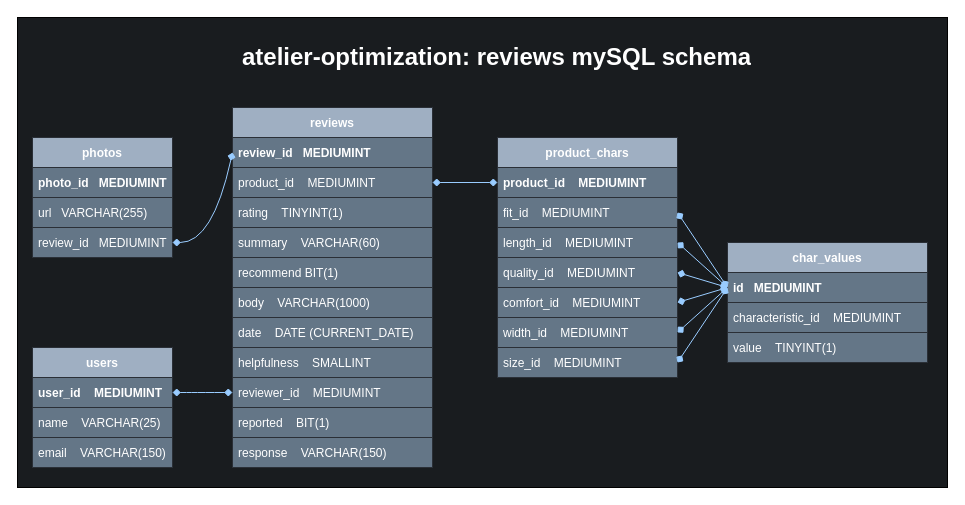
Earlier version of the draw.io diagram data_models/sql-modelv4.drawio (Poplin-Devs/reviews-service). Source tidied: cells renumbered, new cells numbered last; positions are measured from the earlier drawing's top-left corner, leaving out a move shared by most shapes. Both pictures are drawn from the tidied source at 100%, with x=0, y=0 at pixel (17, 17).
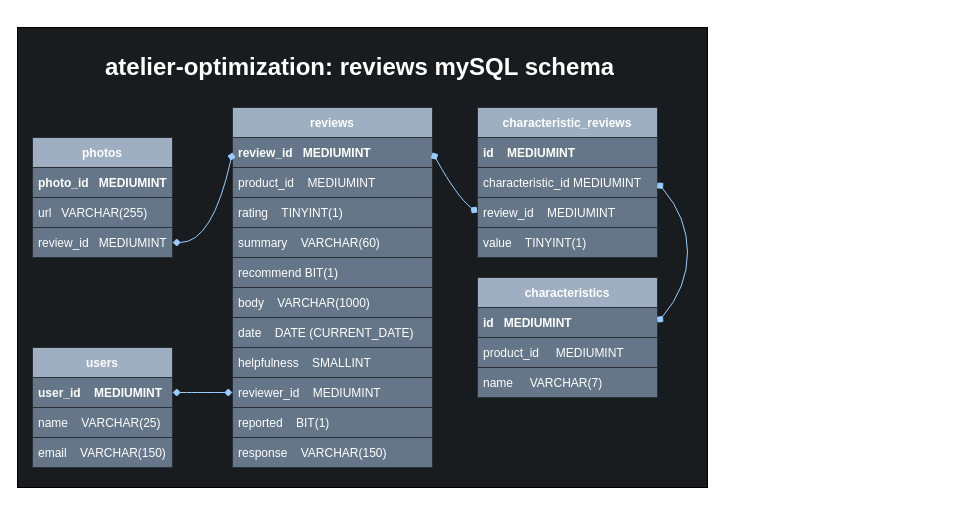
After the change.

Commit message (it also covers changes not shown here):
update schema to match table tweaks made during ETL

The change refers to these unchanged cells:
```xml
<mxCell id="8" value="review_id   MEDIUMINT" style="text;align=left;verticalAlign=middle;spacingLeft=4;spacingRight=4;overflow=hidden;points=[[0,0.5],[1,0.5]];portConstraint=eastwest;fontStyle=1;fillColor=#647687;strokeColor=#2A2F36;fontColor=#ffffff;" parent="7" vertex="1">
  <mxGeometry y="30" width="200" height="30" as="geometry" />
</mxCell>
<mxCell id="9" value="product_id    MEDIUMINT" style="text;align=left;verticalAlign=middle;spacingLeft=4;spacingRight=4;overflow=hidden;points=[[0,0.5],[1,0.5]];portConstraint=eastwest;fillColor=#647687;strokeColor=#2A2F36;fontColor=#ffffff;" parent="7" vertex="1">
  <mxGeometry y="60" width="200" height="30" as="geometry" />
</mxCell>
```

What changed in the source:
```diff
@@
     <mxCell id="2" style="rounded=0;whiteSpace=wrap;html=1;strokeColor=#000000;fillColor=#191C1F;" parent="1" vertex="1">
-      <mxGeometry width="930" height="470" as="geometry" />
+      <mxGeometry y="10" width="690" height="460" as="geometry" />
     </mxCell>
@@
-    <mxCell id="25" value="char_values" style="swimlane;fontStyle=1;horizontal=1;startSize=30;fillColor=#9FAFC2;strokeColor=#2A2F36;fontColor=#ffffff;" parent="1" vertex="1">
-      <mxGeometry x="710" y="225" width="200" height="120" as="geometry" />
+    <mxCell id="25" value="characteristics" style="swimlane;fontStyle=1;horizontal=1;startSize=30;fillColor=#9FAFC2;strokeColor=#2A2F36;fontColor=#ffffff;" parent="1" vertex="1">
+      <mxGeometry x="460" y="260" width="180" height="120" as="geometry" />
     </mxCell>
     <mxCell id="26" value="id   MEDIUMINT" style="text;align=left;verticalAlign=middle;spacingLeft=4;spacingRight=4;overflow=hidden;points=[[0,0.5],[1,0.5]];portConstraint=eastwest;fontStyle=1;fillColor=#647687;strokeColor=#2A2F36;fontColor=#ffffff;" parent="25" vertex="1">
-      <mxGeometry y="30" width="200" height="30" as="geometry" />
+      <mxGeometry y="30" width="180" height="30" as="geometry" />
     </mxCell>
-    <mxCell id="27" value="characteristic_id    MEDIUMINT" style="text;align=left;verticalAlign=middle;spacingLeft=4;spacingRight=4;overflow=hidden;fontStyle=0;fillColor=#647687;strokeColor=#2A2F36;fontColor=#ffffff;" parent="25" vertex="1">
-      <mxGeometry y="60" width="200" height="30" as="geometry" />
+    <mxCell id="27" value="product_id     MEDIUMINT" style="text;align=left;verticalAlign=middle;spacingLeft=4;spacingRight=4;overflow=hidden;fontStyle=0;fillColor=#647687;strokeColor=#2A2F36;fontColor=#ffffff;" parent="25" vertex="1">
+      <mxGeometry y="60" width="180" height="30" as="geometry" />
     </mxCell>
-    <mxCell id="28" value="value    TINYINT(1)" style="text;align=left;verticalAlign=middle;spacingLeft=4;spacingRight=4;overflow=hidden;fillColor=#647687;strokeColor=#2A2F36;fontColor=#ffffff;" parent="25" vertex="1">
-      <mxGeometry y="90" width="200" height="30" as="geometry" />
+    <mxCell id="28" value="name     VARCHAR(7)" style="text;align=left;verticalAlign=middle;spacingLeft=4;spacingRight=4;overflow=hidden;fillColor=#647687;strokeColor=#2A2F36;fontColor=#ffffff;" parent="25" vertex="1">
+      <mxGeometry y="90" width="180" height="30" as="geometry" />
     </mxCell>
-    <mxCell id="29" value="product_chars" style="swimlane;fontStyle=1;horizontal=1;startSize=30;fillColor=#9FAFC2;strokeColor=#2A2F36;fontColor=#ffffff;" parent="1" vertex="1">
-      <mxGeometry x="480" y="120" width="180" height="240" as="geometry" />
+    <mxCell id="29" value="characteristic_reviews" style="swimlane;fontStyle=1;horizontal=1;startSize=30;fillColor=#9FAFC2;strokeColor=#2A2F36;fontColor=#ffffff;" parent="1" vertex="1">
+      <mxGeometry x="460" y="90" width="180" height="150" as="geometry" />
     </mxCell>
-    <mxCell id="30" value="product_id    MEDIUMINT" style="text;align=left;verticalAlign=middle;spacingLeft=4;spacingRight=4;overflow=hidden;points=[[0,0.5],[1,0.5]];portConstraint=eastwest;fontStyle=1;fillColor=#647687;strokeColor=#2A2F36;fontColor=#ffffff;" parent="29" vertex="1">
+    <mxCell id="30" value="id    MEDIUMINT    " style="text;align=left;verticalAlign=middle;spacingLeft=4;spacingRight=4;overflow=hidden;points=[[0,0.5],[1,0.5]];portConstraint=eastwest;fontStyle=1;fillColor=#647687;strokeColor=#2A2F36;fontColor=#ffffff;" parent="29" vertex="1">
       <mxGeometry y="30" width="180" height="30" as="geometry" />
     </mxCell>
-    <mxCell id="31" value="fit_id    MEDIUMINT" style="text;align=left;verticalAlign=middle;spacingLeft=4;spacingRight=4;overflow=hidden;points=[[0,0.5],[1,0.5]];portConstraint=eastwest;fillColor=#647687;strokeColor=#2A2F36;fontColor=#ffffff;" parent="29" vertex="1">
+    <mxCell id="31" value="characteristic_id MEDIUMINT   " style="text;align=left;verticalAlign=middle;spacingLeft=4;spacingRight=4;overflow=hidden;points=[[0,0.5],[1,0.5]];portConstraint=eastwest;fillColor=#647687;strokeColor=#2A2F36;fontColor=#ffffff;" parent="29" vertex="1">
       <mxGeometry y="60" width="180" height="30" as="geometry" />
     </mxCell>
-    <mxCell id="32" value="length_id    MEDIUMINT" style="text;align=left;verticalAlign=middle;spacingLeft=4;spacingRight=4;overflow=hidden;points=[[0,0.5],[1,0.5]];portConstraint=eastwest;fillColor=#647687;strokeColor=#2A2F36;fontColor=#ffffff;" parent="29" vertex="1">
+    <mxCell id="32" value="review_id    MEDIUMINT" style="text;align=left;verticalAlign=middle;spacingLeft=4;spacingRight=4;overflow=hidden;points=[[0,0.5],[1,0.5]];portConstraint=eastwest;fillColor=#647687;strokeColor=#2A2F36;fontColor=#ffffff;" parent="29" vertex="1">
       <mxGeometry y="90" width="180" height="30" as="geometry" />
     </mxCell>
-    <mxCell id="33" value="quality_id    MEDIUMINT" style="text;align=left;verticalAlign=middle;spacingLeft=4;spacingRight=4;overflow=hidden;points=[[0,0.5],[1,0.5]];portConstraint=eastwest;fillColor=#647687;strokeColor=#2A2F36;fontColor=#ffffff;" parent="29" vertex="1">
+    <mxCell id="33" value="value    TINYINT(1)" style="text;align=left;verticalAlign=middle;spacingLeft=4;spacingRight=4;overflow=hidden;points=[[0,0.5],[1,0.5]];portConstraint=eastwest;fillColor=#647687;strokeColor=#2A2F36;fontColor=#ffffff;" parent="29" vertex="1">
       <mxGeometry y="120" width="180" height="30" as="geometry" />
     </mxCell>
-    <mxCell id="34" value="comfort_id    MEDIUMINT" style="text;align=left;verticalAlign=middle;spacingLeft=4;spacingRight=4;overflow=hidden;points=[[0,0.5],[1,0.5]];portConstraint=eastwest;fillColor=#647687;strokeColor=#2A2F36;fontColor=#ffffff;" parent="29" vertex="1">
-      <mxGeometry y="150" width="180" height="30" as="geometry" />
-    </mxCell>
-    <mxCell id="35" value="width_id    MEDIUMINT" style="text;align=left;verticalAlign=middle;spacingLeft=4;spacingRight=4;overflow=hidden;points=[[0,0.5],[1,0.5]];portConstraint=eastwest;fillColor=#647687;strokeColor=#2A2F36;fontColor=#ffffff;" parent="29" vertex="1">
-      <mxGeometry y="180" width="180" height="30" as="geometry" />
-    </mxCell>
-    <mxCell id="36" value="size_id    MEDIUMINT" style="text;align=left;verticalAlign=middle;spacingLeft=4;spacingRight=4;overflow=hidden;points=[[0,0.5],[1,0.5]];portConstraint=eastwest;fillColor=#647687;strokeColor=#2A2F36;fontColor=#ffffff;" parent="29" vertex="1">
-      <mxGeometry y="210" width="180" height="30" as="geometry" />
-    </mxCell>
     <mxCell id="37" value="&lt;h1&gt;atelier-optimization: reviews mySQL schema&lt;/h1&gt;&lt;p&gt;&lt;br&gt;&lt;/p&gt;" style="text;html=1;strokeColor=none;fillColor=none;spacing=5;spacingTop=-20;whiteSpace=wrap;overflow=hidden;rounded=0;fontColor=#FFFFFF;" parent="1" vertex="1">
-      <mxGeometry x="220" y="20" width="555" height="50" as="geometry" />
+      <mxGeometry x="82.5" y="30" width="555" height="50" as="geometry" />
     </mxCell>
-    <mxCell id="38" style="endArrow=diamond;startArrow=diamond;html=1;exitX=1;exitY=0.5;exitDx=0;exitDy=0;entryX=0;entryY=0.5;entryDx=0;entryDy=0;startFill=1;endFill=1;strokeColor=#99CCFF;" parent="1" edge="1" source="9" target="30">
-      <mxGeometry relative="1" as="geometry" />
+    <mxCell id="38" style="endArrow=diamond;startArrow=diamond;html=1;exitX=1;exitY=0.5;exitDx=0;exitDy=0;startFill=1;endFill=1;strokeColor=#99CCFF;entryX=0;entryY=0.5;entryDx=0;entryDy=0;curved=1;" parent="1" edge="1" source="8" target="32">
+      <mxGeometry relative="1" as="geometry">
+        <Array as="points">
+          <mxPoint x="440" y="180" />
+        </Array>
+      </mxGeometry>
     </mxCell>
-    <mxCell id="39" style="endArrow=diamond;startArrow=diamond;html=1;strokeColor=#99CCFF;entryX=1;entryY=0.5;entryDx=0;entryDy=0;exitX=0;exitY=0.5;exitDx=0;exitDy=0;startFill=1;endFill=1;" parent="1" edge="1" source="26" target="31">
-      <mxGeometry relative="1" as="geometry" />
+    <mxCell id="39" style="endArrow=diamond;startArrow=diamond;html=1;strokeColor=#99CCFF;entryX=1;entryY=0.5;entryDx=0;entryDy=0;exitX=1;exitY=0.5;exitDx=0;exitDy=0;startFill=1;endFill=1;curved=1;" parent="1" edge="1" source="26" target="31">
+      <mxGeometry relative="1" as="geometry">
+        <Array as="points">
+          <mxPoint x="670" y="270" />
+          <mxPoint x="670" y="200" />
+        </Array>
+      </mxGeometry>
     </mxCell>
-    <mxCell id="40" style="endArrow=diamond;startArrow=diamond;html=1;strokeColor=#99CCFF;entryX=1;entryY=0.5;entryDx=0;entryDy=0;startFill=1;endFill=1;exitX=0;exitY=0.5;exitDx=0;exitDy=0;" parent="1" edge="1" source="26" target="32">
-      <mxGeometry relative="1" as="geometry" />
-    </mxCell>
-    <mxCell id="41" style="endArrow=diamond;startArrow=diamond;html=1;strokeColor=#99CCFF;entryX=1;entryY=0.5;entryDx=0;entryDy=0;exitX=0;exitY=0.5;exitDx=0;exitDy=0;startFill=1;endFill=1;" parent="1" edge="1" source="26" target="33">
-      <mxGeometry relative="1" as="geometry" />
-    </mxCell>
-    <mxCell id="42" style="endArrow=diamond;startArrow=diamond;html=1;strokeColor=#99CCFF;entryX=1;entryY=0.5;entryDx=0;entryDy=0;exitX=0;exitY=0.5;exitDx=0;exitDy=0;startFill=1;endFill=1;" parent="1" edge="1" source="26" target="34">
-      <mxGeometry relative="1" as="geometry" />
-    </mxCell>
-    <mxCell id="43" style="endArrow=diamond;startArrow=diamond;html=1;strokeColor=#99CCFF;exitX=0;exitY=0.5;exitDx=0;exitDy=0;startFill=1;endFill=1;entryX=1;entryY=0.5;entryDx=0;entryDy=0;" parent="1" edge="1" source="26" target="35">
-      <mxGeometry relative="1" as="geometry" />
-    </mxCell>
-    <mxCell id="44" style="endArrow=diamond;startArrow=diamond;html=1;strokeColor=#99CCFF;exitX=0;exitY=0.5;exitDx=0;exitDy=0;startFill=1;endFill=1;entryX=1;entryY=0.5;entryDx=0;entryDy=0;" parent="1" edge="1" source="26" target="36">
-      <mxGeometry relative="1" as="geometry" />
-    </mxCell>
```
